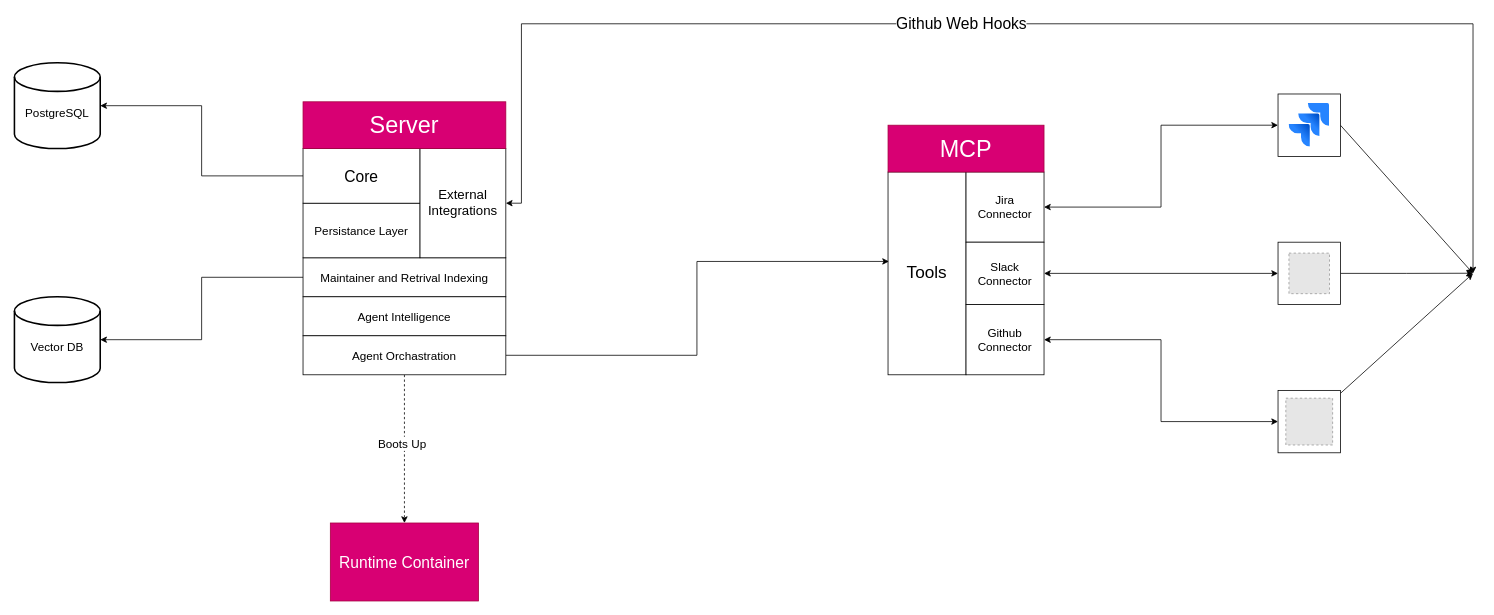
This is Design.drawio from anudeepmuppalla1729/Parallel-AI, a draw.io file, before an edit. Source tidied: cells renumbered, new cells numbered last; positions are measured from the earlier drawing's top-left corner, leaving out a move shared by most shapes. Both pictures are drawn from the tidied source at 78%, with x=0, y=0 at pixel (14, 23). Pictures stored in the file or linked from it are replaced by grey dashed boxes.
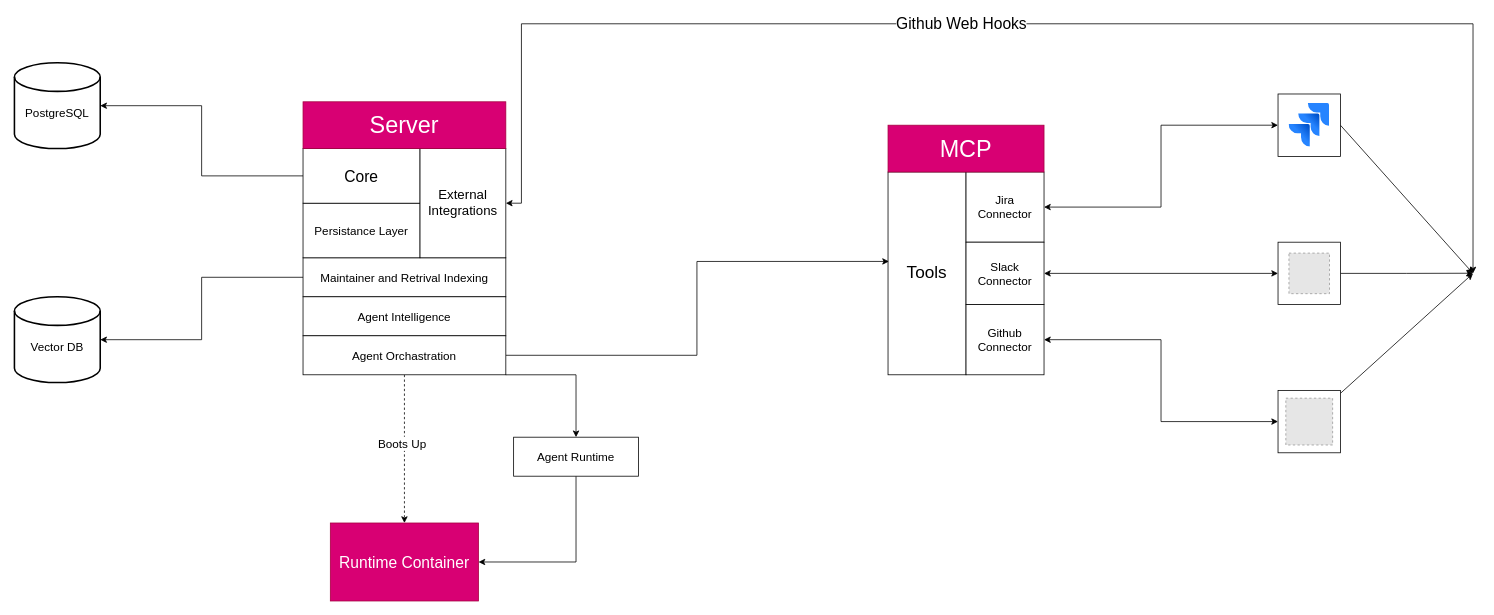
Above is the later version.

Unchanged cells that the change refers to:
```xml
<mxCell id="34" value="&lt;font style=&quot;font-size: 15px;&quot;&gt;Agent Orchastration&lt;/font&gt;" style="rounded=0;whiteSpace=wrap;html=1;" parent="1" vertex="1">
  <mxGeometry x="370" y="400" width="260" height="50" as="geometry" />
</mxCell>
<mxCell id="35" value="&lt;font style=&quot;font-size: 20px;&quot;&gt;Runtime Container&lt;/font&gt;" style="rounded=0;whiteSpace=wrap;html=1;fillColor=#d80073;fontColor=#ffffff;strokeColor=#A50040;" parent="1" vertex="1">
  <mxGeometry x="405" y="640" width="190" height="100" as="geometry" />
</mxCell>
```

The edit, as a diff of the source:
```diff
@@
+    <mxCell id="40" style="edgeStyle=orthogonalEdgeStyle;rounded=0;jettySize=auto;html=1;exitX=1;exitY=1;exitDx=0;exitDy=0;" parent="1" edge="1" source="34" target="42">
+      <mxGeometry relative="1" as="geometry">
+        <Array as="points">
+          <mxPoint x="720" y="450" />
+        </Array>
+      </mxGeometry>
+    </mxCell>
@@
+    <mxCell id="41" style="edgeStyle=orthogonalEdgeStyle;rounded=0;jettySize=auto;html=1;exitX=0.5;exitY=1;exitDx=0;exitDy=0;entryX=1;entryY=0.5;entryDx=0;entryDy=0;" parent="1" edge="1" source="42" target="35">
+      <mxGeometry relative="1" as="geometry" />
+    </mxCell>
+    <mxCell id="42" value="&lt;font style=&quot;font-size: 15px;&quot;&gt;Agent Runtime&lt;/font&gt;" style="rounded=0;whiteSpace=wrap;html=1;" parent="1" vertex="1">
+      <mxGeometry x="640" y="530" width="160" height="50" as="geometry" />
+    </mxCell>
```
